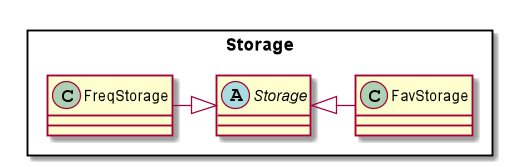
This is docs/DG_Diagrams/StorageComponent.png from nus-cs2113-AY2021S1/tp, a PlantUML export, as it was before one commit. Its diagram source:
```plantuml
@startuml

Rectangle Storage {
abstract class Storage
Storage <|- FavStorage
Storage <|-left FreqStorage
}

@enduml
```
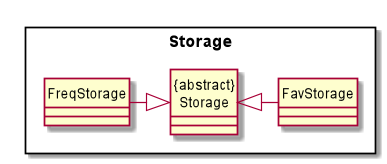
The same file after the commit.

Commit message:
Update storage and ui class diagrams

Change to the diagram source:
```diff
@@ -1,9 +1,11 @@
 @startuml
 
+hide circle
+skinparam classAttributeIconSize 0
+
 Rectangle Storage {
-abstract class Storage
-Storage <|- FavStorage
-Storage <|-left FreqStorage
+"{abstract}\nStorage" <|- FavStorage
+"{abstract}\nStorage" <|-left FreqStorage
 }
 
 @enduml
```
